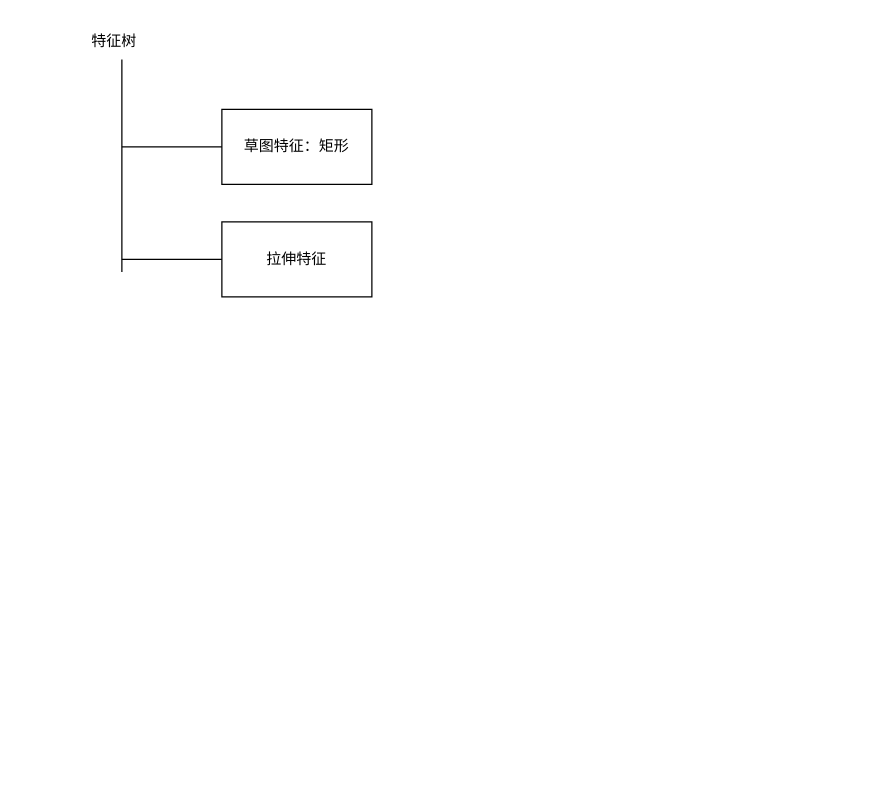
Above: 专利.drawio in feelapi/diagram (draw.io), before the change. Source tidied: cells renumbered, new cells numbered last; positions are measured from the earlier drawing's top-left corner, leaving out a move shared by most shapes. Both pictures are drawn from the tidied source at 125%, with x=0, y=0 at pixel (84, 21).
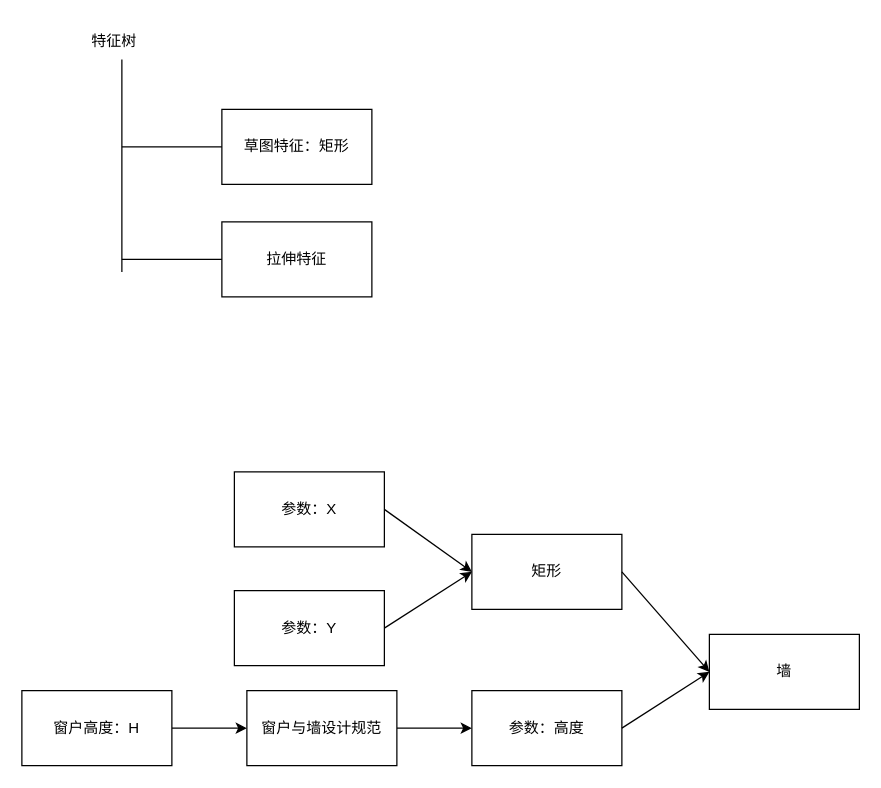
Above is the later version.

Change to the diagram source:
```diff
@@
+    <mxCell id="8" value="参数：X" style="rounded=0;whiteSpace=wrap;html=1;" parent="1" vertex="1">
+      <mxGeometry x="120" y="360" width="120" height="60" as="geometry" />
+    </mxCell>
+    <mxCell id="9" value="参数：Y" style="rounded=0;whiteSpace=wrap;html=1;" parent="1" vertex="1">
+      <mxGeometry x="120" y="455" width="120" height="60" as="geometry" />
+    </mxCell>
+    <mxCell id="10" value="矩形" style="rounded=0;whiteSpace=wrap;html=1;" parent="1" vertex="1">
+      <mxGeometry x="310" y="410" width="120" height="60" as="geometry" />
+    </mxCell>
+    <mxCell id="11" style="endArrow=classic;html=1;rounded=0;jumpStyle=line;exitX=1;exitY=0.5;exitDx=0;exitDy=0;entryX=0;entryY=0.5;entryDx=0;entryDy=0;" parent="1" edge="1" source="8" target="10">
+      <mxGeometry relative="1" as="geometry" />
+    </mxCell>
+    <mxCell id="12" style="endArrow=classic;html=1;rounded=0;jumpStyle=line;exitX=1;exitY=0.5;exitDx=0;exitDy=0;entryX=0;entryY=0.5;entryDx=0;entryDy=0;" parent="1" edge="1" source="9" target="10">
+      <mxGeometry relative="1" as="geometry" />
+    </mxCell>
+    <mxCell id="13" value="参数：高度" style="rounded=0;whiteSpace=wrap;html=1;" parent="1" vertex="1">
+      <mxGeometry x="310" y="535" width="120" height="60" as="geometry" />
+    </mxCell>
+    <mxCell id="14" style="endArrow=classic;html=1;rounded=0;jumpStyle=line;exitX=1;exitY=0.5;exitDx=0;exitDy=0;entryX=0;entryY=0.5;entryDx=0;entryDy=0;" parent="1" edge="1" source="13" target="15">
+      <mxGeometry relative="1" as="geometry" />
+    </mxCell>
+    <mxCell id="15" value="墙" style="rounded=0;whiteSpace=wrap;html=1;" parent="1" vertex="1">
+      <mxGeometry x="500" y="490" width="120" height="60" as="geometry" />
+    </mxCell>
+    <mxCell id="16" style="endArrow=classic;html=1;rounded=0;jumpStyle=line;entryX=0;entryY=0.5;entryDx=0;entryDy=0;exitX=1;exitY=0.5;exitDx=0;exitDy=0;" parent="1" edge="1" source="10" target="15">
+      <mxGeometry relative="1" as="geometry" />
+    </mxCell>
+    <mxCell id="17" style="edgeStyle=orthogonalEdgeStyle;rounded=0;jumpStyle=line;jettySize=auto;html=1;entryX=0;entryY=0.5;entryDx=0;entryDy=0;" parent="1" edge="1" source="18" target="20">
+      <mxGeometry relative="1" as="geometry" />
+    </mxCell>
+    <mxCell id="18" value="窗户高度：H" style="rounded=0;whiteSpace=wrap;html=1;" parent="1" vertex="1">
+      <mxGeometry x="-50" y="535" width="120" height="60" as="geometry" />
+    </mxCell>
+    <mxCell id="19" style="edgeStyle=orthogonalEdgeStyle;rounded=0;jumpStyle=line;jettySize=auto;html=1;entryX=0;entryY=0.5;entryDx=0;entryDy=0;" parent="1" edge="1" source="20" target="13">
+      <mxGeometry relative="1" as="geometry" />
+    </mxCell>
+    <mxCell id="20" value="窗户与墙设计规范" style="rounded=0;whiteSpace=wrap;html=1;" parent="1" vertex="1">
+      <mxGeometry x="130" y="535" width="120" height="60" as="geometry" />
+    </mxCell>
```
